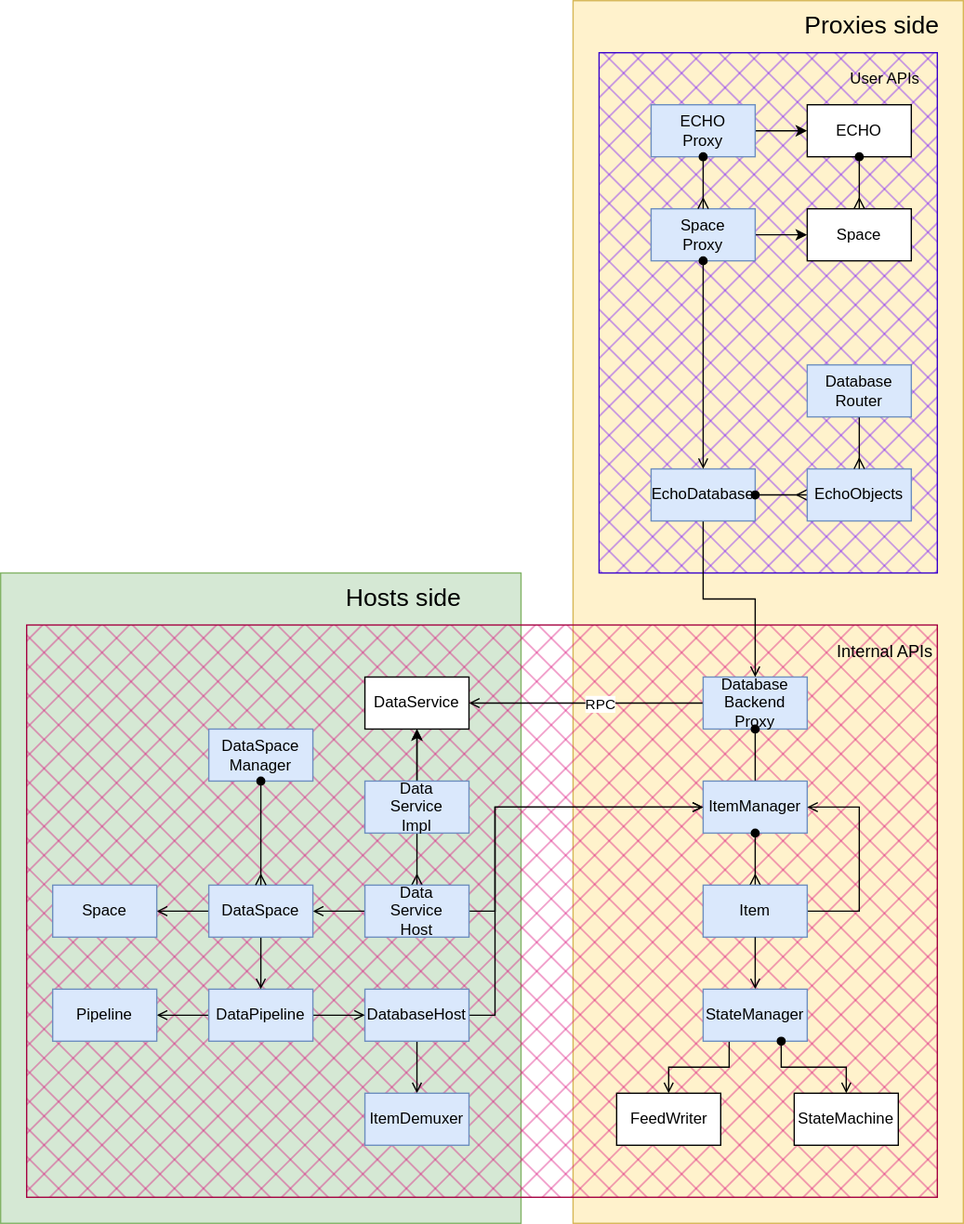
Before: docs/docs/design/diagrams/echo-architecture.drawio.svg, a diagram exported from draw.io (dxos/dxos). Source tidied: cells renumbered, new cells last; positions are measured from the earlier drawing's top-left corner, leaving out a move shared by most shapes.
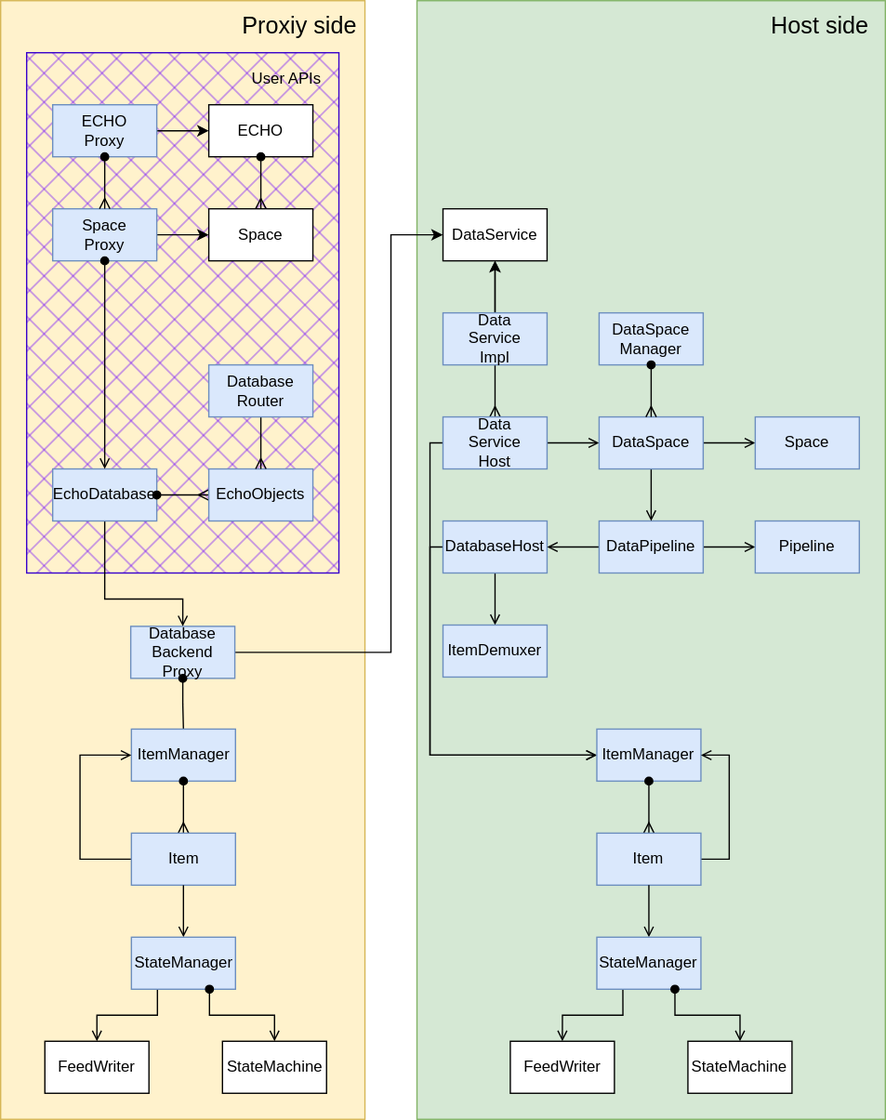
The same diagram one commit later.

Commit message:
docs: Refactor ECHO architecture diagram (#3187)

Diff of the diagram source:
```diff
@@ -3,69 +3,71 @@
     <mxCell id="0" />
     <mxCell id="1" parent="0" />
     <mxCell id="2" style="whiteSpace=wrap;html=1;fillColor=#fff2cc;strokeColor=#d6b656;fillStyle=solid;glass=0;shadow=0;rounded=0;" parent="1" vertex="1">
-      <mxGeometry x="440" width="300" height="940" as="geometry" />
+      <mxGeometry x="460" width="280" height="860" as="geometry" />
     </mxCell>
     <mxCell id="3" style="whiteSpace=wrap;html=1;fillColor=#6a00ff;strokeColor=#3700CC;fillStyle=cross-hatch;glass=0;shadow=0;rounded=0;fontColor=#ffffff;" parent="1" vertex="1">
-      <mxGeometry x="460" y="40" width="260" height="400" as="geometry" />
+      <mxGeometry x="480" y="40" width="240" height="400" as="geometry" />
     </mxCell>
     <mxCell id="4" style="whiteSpace=wrap;html=1;fillColor=#d5e8d4;strokeColor=#82b366;fillStyle=solid;glass=0;shadow=0;rounded=0;" parent="1" vertex="1">
-      <mxGeometry y="440" width="400" height="500" as="geometry" />
+      <mxGeometry x="780" width="360" height="860" as="geometry" />
     </mxCell>
-    <mxCell id="5" style="whiteSpace=wrap;html=1;fillColor=#d80073;strokeColor=#A50040;fillStyle=cross-hatch;fontColor=#ffffff;" parent="1" vertex="1">
-      <mxGeometry x="20" y="480" width="700" height="440" as="geometry" />
-    </mxCell>
-    <mxCell id="6" style="edgeStyle=orthogonalEdgeStyle;rounded=0;html=1;exitX=0;exitY=0.5;exitDx=0;exitDy=0;entryX=1;entryY=0.5;entryDx=0;entryDy=0;startArrow=none;startFill=0;endArrow=open;endFill=0;" parent="1" edge="1" source="8" target="38">
-      <mxGeometry relative="1" as="geometry" />
+    <mxCell id="6" style="edgeStyle=orthogonalEdgeStyle;html=1;exitX=1;exitY=0.5;exitDx=0;exitDy=0;entryX=0;entryY=0.5;entryDx=0;entryDy=0;rounded=0;" parent="1" edge="1" source="8" target="38">
+      <mxGeometry relative="1" as="geometry">
+        <Array as="points">
+          <mxPoint x="760" y="501" />
+          <mxPoint x="760" y="180" />
+        </Array>
+      </mxGeometry>
     </mxCell>
-    <mxCell id="7" value="RPC" style="edgeLabel;html=1;align=center;verticalAlign=middle;" parent="6" vertex="1">
-      <mxGeometry x="-0.01" y="1" relative="1" as="geometry">
-        <mxPoint x="9" y="-1" as="offset" />
-      </mxGeometry>
-    </mxCell>
     <mxCell id="8" value="Database&lt;br&gt;Backend&lt;br&gt;Proxy" style="whiteSpace=wrap;html=1;fillColor=#dae8fc;strokeColor=#6c8ebf;" parent="1" vertex="1">
-      <mxGeometry x="540" y="520" width="80" height="40" as="geometry" />
+      <mxGeometry x="560" y="481" width="80" height="40" as="geometry" />
     </mxCell>
     <mxCell id="9" style="edgeStyle=orthogonalEdgeStyle;rounded=0;html=1;exitX=0.5;exitY=1;exitDx=0;exitDy=0;entryX=0.5;entryY=0;entryDx=0;entryDy=0;startArrow=oval;startFill=1;endArrow=none;endFill=0;" parent="1" edge="1" source="8" target="10">
       <mxGeometry relative="1" as="geometry" />
     </mxCell>
     <mxCell id="10" value="ItemManager" style="whiteSpace=wrap;html=1;fillColor=#dae8fc;strokeColor=#6c8ebf;" parent="1" vertex="1">
-      <mxGeometry x="540" y="600" width="80" height="40" as="geometry" />
+      <mxGeometry x="560.5" y="560" width="80" height="40" as="geometry" />
     </mxCell>
     <mxCell id="11" style="edgeStyle=orthogonalEdgeStyle;html=1;exitX=0.5;exitY=1;exitDx=0;exitDy=0;startArrow=oval;startFill=1;endArrow=ERmany;endFill=0;" parent="1" edge="1" source="10">
       <mxGeometry relative="1" as="geometry">
-        <mxPoint x="580" y="680" as="targetPoint" />
+        <mxPoint x="600.5" y="640" as="targetPoint" />
       </mxGeometry>
     </mxCell>
-    <mxCell id="12" style="edgeStyle=orthogonalEdgeStyle;html=1;exitX=1;exitY=0.5;exitDx=0;exitDy=0;entryX=1;entryY=0.5;entryDx=0;entryDy=0;startArrow=none;startFill=0;endArrow=open;endFill=0;rounded=0;" parent="1" edge="1" source="13" target="10">
+    <mxCell id="12" style="edgeStyle=orthogonalEdgeStyle;html=1;exitX=0;exitY=0.5;exitDx=0;exitDy=0;entryX=0;entryY=0.5;entryDx=0;entryDy=0;startArrow=none;startFill=0;endArrow=open;endFill=0;rounded=0;" parent="1" edge="1" source="13" target="10">
       <mxGeometry relative="1" as="geometry">
         <Array as="points">
-          <mxPoint x="660" y="700" />
-          <mxPoint x="660" y="620" />
+          <mxPoint x="521" y="660" />
+          <mxPoint x="521" y="580" />
         </Array>
       </mxGeometry>
     </mxCell>
     <mxCell id="13" value="Item" style="whiteSpace=wrap;html=1;fillColor=#dae8fc;strokeColor=#6c8ebf;" parent="1" vertex="1">
-      <mxGeometry x="540" y="680" width="80" height="40" as="geometry" />
+      <mxGeometry x="560.5" y="640" width="80" height="40" as="geometry" />
     </mxCell>
     <mxCell id="14" style="edgeStyle=orthogonalEdgeStyle;html=1;startArrow=none;startFill=0;endArrow=open;endFill=0;" parent="1" edge="1" source="13">
       <mxGeometry relative="1" as="geometry">
-        <mxPoint x="580" y="760" as="targetPoint" />
+        <mxPoint x="600.5" y="720" as="targetPoint" />
       </mxGeometry>
     </mxCell>
     <mxCell id="15" style="edgeStyle=orthogonalEdgeStyle;rounded=0;html=1;exitX=0.25;exitY=1;exitDx=0;exitDy=0;entryX=0.5;entryY=0;entryDx=0;entryDy=0;endArrow=open;endFill=0;" parent="1" edge="1" source="16" target="18">
       <mxGeometry relative="1" as="geometry" />
     </mxCell>
     <mxCell id="16" value="StateManager" style="whiteSpace=wrap;html=1;fillColor=#dae8fc;strokeColor=#6c8ebf;" parent="1" vertex="1">
-      <mxGeometry x="540" y="760" width="80" height="40" as="geometry" />
+      <mxGeometry x="560.5" y="720" width="80" height="40" as="geometry" />
     </mxCell>
     <mxCell id="17" value="StateMachine" style="whiteSpace=wrap;html=1;" parent="1" vertex="1">
-      <mxGeometry x="610" y="840" width="80" height="40" as="geometry" />
+      <mxGeometry x="630.5" y="800" width="80" height="40" as="geometry" />
     </mxCell>
     <mxCell id="18" value="FeedWriter" style="whiteSpace=wrap;html=1;" parent="1" vertex="1">
-      <mxGeometry x="473.5" y="840" width="80" height="40" as="geometry" />
+      <mxGeometry x="494" y="800" width="80" height="40" as="geometry" />
     </mxCell>
     <mxCell id="19" style="edgeStyle=orthogonalEdgeStyle;rounded=0;html=1;exitX=0.5;exitY=1;exitDx=0;exitDy=0;entryX=0.5;entryY=0;entryDx=0;entryDy=0;startArrow=none;startFill=0;endArrow=open;endFill=0;" parent="1" edge="1" source="20" target="8">
-      <mxGeometry relative="1" as="geometry" />
+      <mxGeometry relative="1" as="geometry">
+        <Array as="points">
+          <mxPoint x="540" y="460" />
+          <mxPoint x="600" y="460" />
+        </Array>
+      </mxGeometry>
     </mxCell>
     <mxCell id="20" value="EchoDatabase" style="whiteSpace=wrap;html=1;fillColor=#dae8fc;strokeColor=#6c8ebf;" parent="1" vertex="1">
       <mxGeometry x="500" y="360" width="80" height="40" as="geometry" />
@@ -121,28 +123,19 @@
     <mxCell id="34" style="edgeStyle=none;html=1;exitX=0.5;exitY=1;exitDx=0;exitDy=0;startArrow=oval;startFill=1;endArrow=open;endFill=0;" parent="1" edge="1" source="27" target="20">
       <mxGeometry relative="1" as="geometry" />
     </mxCell>
-    <mxCell id="35" style="edgeStyle=orthogonalEdgeStyle;html=1;exitX=1;exitY=0.5;exitDx=0;exitDy=0;entryX=0;entryY=0.5;entryDx=0;entryDy=0;startArrow=none;startFill=0;endArrow=open;endFill=0;rounded=0;" parent="1" edge="1" source="44" target="10">
+    <mxCell id="35" style="edgeStyle=orthogonalEdgeStyle;html=1;exitX=0;exitY=0.5;exitDx=0;exitDy=0;startArrow=none;startFill=0;endArrow=open;endFill=0;rounded=0;entryX=0;entryY=0.5;entryDx=0;entryDy=0;" parent="1" edge="1" source="44" target="63">
       <mxGeometry relative="1" as="geometry">
         <Array as="points">
-          <mxPoint x="380" y="700" />
-          <mxPoint x="380" y="620" />
+          <mxPoint x="790" y="340" />
+          <mxPoint x="790" y="580" />
         </Array>
       </mxGeometry>
     </mxCell>
-    <mxCell id="36" style="edgeStyle=orthogonalEdgeStyle;rounded=0;html=1;exitX=1;exitY=0.5;exitDx=0;exitDy=0;endArrow=open;endFill=0;" parent="1" edge="1" source="46">
-      <mxGeometry relative="1" as="geometry">
-        <mxPoint x="540" y="620" as="targetPoint" />
-        <Array as="points">
-          <mxPoint x="380" y="780" />
-          <mxPoint x="380" y="620" />
-        </Array>
-      </mxGeometry>
-    </mxCell>
     <mxCell id="37" style="edgeStyle=orthogonalEdgeStyle;rounded=0;html=1;exitX=0.75;exitY=1;exitDx=0;exitDy=0;endArrow=open;endFill=0;startArrow=oval;startFill=1;" parent="1" edge="1" source="16" target="17">
       <mxGeometry relative="1" as="geometry" />
     </mxCell>
     <mxCell id="38" value="DataService" style="whiteSpace=wrap;html=1;" parent="1" vertex="1">
-      <mxGeometry x="280" y="520" width="80" height="40" as="geometry" />
+      <mxGeometry x="800" y="160" width="80" height="40" as="geometry" />
     </mxCell>
     <mxCell id="39" style="edgeStyle=none;html=1;exitX=0.5;exitY=0;exitDx=0;exitDy=0;entryX=0.5;entryY=1;entryDx=0;entryDy=0;startArrow=none;startFill=0;endArrow=open;endFill=0;" parent="1" edge="1" source="42" target="38">
       <mxGeometry relative="1" as="geometry" />
@@ -154,68 +147,100 @@
       <mxGeometry relative="1" as="geometry" />
     </mxCell>
     <mxCell id="42" value="Data&lt;br&gt;Service&lt;br&gt;Impl" style="whiteSpace=wrap;html=1;fillColor=#dae8fc;strokeColor=#6c8ebf;" parent="1" vertex="1">
-      <mxGeometry x="280" y="600" width="80" height="40" as="geometry" />
+      <mxGeometry x="800" y="240" width="80" height="40" as="geometry" />
     </mxCell>
-    <mxCell id="43" style="edgeStyle=orthogonalEdgeStyle;rounded=0;html=1;exitX=0;exitY=0.5;exitDx=0;exitDy=0;entryX=1;entryY=0.5;entryDx=0;entryDy=0;startArrow=none;startFill=0;endArrow=open;endFill=0;" parent="1" edge="1" source="44" target="52">
+    <mxCell id="43" style="edgeStyle=orthogonalEdgeStyle;rounded=0;html=1;exitX=1;exitY=0.5;exitDx=0;exitDy=0;entryX=0;entryY=0.5;entryDx=0;entryDy=0;startArrow=none;startFill=0;endArrow=open;endFill=0;" parent="1" edge="1" source="44" target="52">
       <mxGeometry relative="1" as="geometry" />
     </mxCell>
     <mxCell id="44" value="Data&lt;br&gt;Service&lt;br&gt;Host" style="whiteSpace=wrap;html=1;fillColor=#dae8fc;strokeColor=#6c8ebf;" parent="1" vertex="1">
-      <mxGeometry x="280" y="680" width="80" height="40" as="geometry" />
+      <mxGeometry x="800" y="320" width="80" height="40" as="geometry" />
     </mxCell>
     <mxCell id="45" style="edgeStyle=orthogonalEdgeStyle;rounded=0;html=1;exitX=0.5;exitY=1;exitDx=0;exitDy=0;entryX=0.5;entryY=0;entryDx=0;entryDy=0;endArrow=open;endFill=0;" parent="1" edge="1" source="46" target="56">
       <mxGeometry relative="1" as="geometry" />
     </mxCell>
+    <mxCell id="61" style="edgeStyle=orthogonalEdgeStyle;rounded=0;html=1;exitX=0;exitY=0.5;exitDx=0;exitDy=0;entryX=0;entryY=0.5;entryDx=0;entryDy=0;endArrow=open;endFill=0;" parent="1" edge="1" source="46" target="63">
+      <mxGeometry relative="1" as="geometry" />
+    </mxCell>
     <mxCell id="46" value="DatabaseHost" style="whiteSpace=wrap;html=1;fillColor=#dae8fc;strokeColor=#6c8ebf;" parent="1" vertex="1">
-      <mxGeometry x="280" y="760" width="80" height="40" as="geometry" />
+      <mxGeometry x="800" y="400" width="80" height="40" as="geometry" />
     </mxCell>
+    <mxCell id="62" style="edgeStyle=orthogonalEdgeStyle;rounded=0;html=1;exitX=1;exitY=0.5;exitDx=0;exitDy=0;entryX=0;entryY=0.5;entryDx=0;entryDy=0;endArrow=open;endFill=0;" parent="1" edge="1" source="49" target="57">
+      <mxGeometry relative="1" as="geometry" />
+    </mxCell>
-    <mxCell id="47" style="edgeStyle=none;html=1;exitX=1;exitY=0.5;exitDx=0;exitDy=0;entryX=0;entryY=0.5;entryDx=0;entryDy=0;endArrow=open;endFill=0;" parent="1" edge="1" source="49" target="46">
+    <mxCell id="47" style="edgeStyle=orthogonalEdgeStyle;rounded=0;html=1;exitX=0;exitY=0.5;exitDx=0;exitDy=0;endArrow=open;endFill=0;" parent="1" edge="1" source="49" target="46">
       <mxGeometry relative="1" as="geometry" />
     </mxCell>
-    <mxCell id="48" style="edgeStyle=orthogonalEdgeStyle;rounded=0;html=1;exitX=0;exitY=0.5;exitDx=0;exitDy=0;endArrow=open;endFill=0;" parent="1" edge="1" source="49">
-      <mxGeometry relative="1" as="geometry">
-        <mxPoint x="120" y="780" as="targetPoint" />
-      </mxGeometry>
-    </mxCell>
     <mxCell id="49" value="DataPipeline" style="whiteSpace=wrap;html=1;fillColor=#dae8fc;strokeColor=#6c8ebf;" parent="1" vertex="1">
-      <mxGeometry x="160" y="760" width="80" height="40" as="geometry" />
+      <mxGeometry x="920" y="400" width="80" height="40" as="geometry" />
     </mxCell>
     <mxCell id="50" style="edgeStyle=none;html=1;exitX=0.5;exitY=1;exitDx=0;exitDy=0;entryX=0.5;entryY=0;entryDx=0;entryDy=0;endArrow=open;endFill=0;" parent="1" edge="1" source="52" target="49">
       <mxGeometry relative="1" as="geometry" />
     </mxCell>
-    <mxCell id="51" style="edgeStyle=orthogonalEdgeStyle;rounded=0;html=1;exitX=0;exitY=0.5;exitDx=0;exitDy=0;endArrow=open;endFill=0;" parent="1" edge="1" source="52" target="53">
+    <mxCell id="51" style="edgeStyle=orthogonalEdgeStyle;rounded=0;html=1;exitX=1;exitY=0.5;exitDx=0;exitDy=0;endArrow=open;endFill=0;" parent="1" edge="1" source="52" target="53">
       <mxGeometry relative="1" as="geometry" />
     </mxCell>
     <mxCell id="52" value="DataSpace" style="whiteSpace=wrap;html=1;fillColor=#dae8fc;strokeColor=#6c8ebf;" parent="1" vertex="1">
-      <mxGeometry x="160" y="680" width="80" height="40" as="geometry" />
+      <mxGeometry x="920" y="320" width="80" height="40" as="geometry" />
     </mxCell>
     <mxCell id="53" value="Space" style="whiteSpace=wrap;html=1;fillColor=#dae8fc;strokeColor=#6c8ebf;" parent="1" vertex="1">
-      <mxGeometry x="40" y="680" width="80" height="40" as="geometry" />
+      <mxGeometry x="1040" y="320" width="80" height="40" as="geometry" />
     </mxCell>
     <mxCell id="54" value="DataSpace&lt;br&gt;Manager" style="whiteSpace=wrap;html=1;fillColor=#dae8fc;strokeColor=#6c8ebf;" parent="1" vertex="1">
-      <mxGeometry x="160" y="560" width="80" height="40" as="geometry" />
+      <mxGeometry x="920" y="240" width="80" height="40" as="geometry" />
     </mxCell>
     <mxCell id="55" style="edgeStyle=orthogonalEdgeStyle;rounded=0;html=1;exitX=0.5;exitY=1;exitDx=0;exitDy=0;startArrow=oval;startFill=1;endArrow=ERmany;endFill=0;" parent="1" edge="1" source="54" target="52">
-      <mxGeometry relative="1" as="geometry">
-        <Array as="points">
-          <mxPoint x="200" y="620" />
-          <mxPoint x="200" y="620" />
-        </Array>
-      </mxGeometry>
+      <mxGeometry relative="1" as="geometry" />
     </mxCell>
     <mxCell id="56" value="ItemDemuxer" style="whiteSpace=wrap;html=1;fillColor=#dae8fc;strokeColor=#6c8ebf;" parent="1" vertex="1">
-      <mxGeometry x="280" y="840" width="80" height="40" as="geometry" />
+      <mxGeometry x="800" y="480" width="80" height="40" as="geometry" />
     </mxCell>
     <mxCell id="57" value="Pipeline" style="whiteSpace=wrap;html=1;fillColor=#dae8fc;strokeColor=#6c8ebf;" parent="1" vertex="1">
-      <mxGeometry x="40" y="760" width="80" height="40" as="geometry" />
+      <mxGeometry x="1040" y="400" width="80" height="40" as="geometry" />
     </mxCell>
-    <mxCell id="58" value="&lt;font style=&quot;font-size: 13px;&quot;&gt;Internal APIs&lt;/font&gt;" style="text;strokeColor=none;align=center;fillColor=none;html=1;verticalAlign=middle;whiteSpace=wrap;rounded=0;fontFamily=Helvetica;fontSize=12;fontColor=default;" parent="1" vertex="1">
-      <mxGeometry x="640" y="480" width="80" height="40" as="geometry" />
-    </mxCell>
-    <mxCell id="59" value="&lt;font style=&quot;font-size: 19px;&quot;&gt;Proxies side&lt;/font&gt;" style="text;strokeColor=none;align=center;fillColor=none;html=1;verticalAlign=middle;whiteSpace=wrap;rounded=0;fontFamily=Helvetica;fontSize=12;fontColor=default;" parent="1" vertex="1">
-      <mxGeometry x="600" width="140" height="40" as="geometry" />
+    <mxCell id="59" value="&lt;font style=&quot;font-size: 18px;&quot;&gt;Proxiy side&lt;/font&gt;" style="text;strokeColor=none;align=center;fillColor=none;html=1;verticalAlign=middle;whiteSpace=wrap;rounded=0;fontFamily=Helvetica;fontSize=12;fontColor=default;" parent="1" vertex="1">
+      <mxGeometry x="640" width="100" height="40" as="geometry" />
     </mxCell>
-    <mxCell id="60" value="&lt;font style=&quot;font-size: 19px;&quot;&gt;Hosts side&lt;/font&gt;" style="text;strokeColor=none;align=center;fillColor=none;html=1;verticalAlign=middle;whiteSpace=wrap;rounded=0;fontFamily=Helvetica;fontSize=12;fontColor=default;" parent="1" vertex="1">
-      <mxGeometry x="260" y="440" width="100" height="40" as="geometry" />
+    <mxCell id="60" value="&lt;font style=&quot;font-size: 18px;&quot;&gt;Host side&lt;/font&gt;" style="text;strokeColor=none;align=center;fillColor=none;html=1;verticalAlign=middle;whiteSpace=wrap;rounded=0;fontFamily=Helvetica;fontSize=12;fontColor=default;" parent="1" vertex="1">
+      <mxGeometry x="1040" width="100" height="40" as="geometry" />
     </mxCell>
+    <mxCell id="63" value="ItemManager" style="whiteSpace=wrap;html=1;fillColor=#dae8fc;strokeColor=#6c8ebf;" parent="1" vertex="1">
+      <mxGeometry x="918.2" y="560" width="80" height="40" as="geometry" />
+    </mxCell>
+    <mxCell id="64" style="edgeStyle=orthogonalEdgeStyle;html=1;exitX=0.5;exitY=1;exitDx=0;exitDy=0;startArrow=oval;startFill=1;endArrow=ERmany;endFill=0;" parent="1" edge="1" source="63">
+      <mxGeometry relative="1" as="geometry">
+        <mxPoint x="958.2" y="640" as="targetPoint" />
+      </mxGeometry>
+    </mxCell>
+    <mxCell id="65" style="edgeStyle=orthogonalEdgeStyle;rounded=0;html=1;exitX=1;exitY=0.5;exitDx=0;exitDy=0;entryX=1;entryY=0.5;entryDx=0;entryDy=0;endArrow=open;endFill=0;" parent="1" edge="1" source="66" target="63">
+      <mxGeometry relative="1" as="geometry">
+        <Array as="points">
+          <mxPoint x="1020" y="660" />
+          <mxPoint x="1020" y="580" />
+        </Array>
+      </mxGeometry>
+    </mxCell>
+    <mxCell id="66" value="Item" style="whiteSpace=wrap;html=1;fillColor=#dae8fc;strokeColor=#6c8ebf;" parent="1" vertex="1">
+      <mxGeometry x="918.2" y="640" width="80" height="40" as="geometry" />
+    </mxCell>
+    <mxCell id="67" style="edgeStyle=orthogonalEdgeStyle;html=1;startArrow=none;startFill=0;endArrow=open;endFill=0;" parent="1" edge="1" source="66">
+      <mxGeometry relative="1" as="geometry">
+        <mxPoint x="958.2" y="720" as="targetPoint" />
+      </mxGeometry>
+    </mxCell>
+    <mxCell id="68" style="edgeStyle=orthogonalEdgeStyle;rounded=0;html=1;exitX=0.25;exitY=1;exitDx=0;exitDy=0;entryX=0.5;entryY=0;entryDx=0;entryDy=0;endArrow=open;endFill=0;" parent="1" edge="1" source="69" target="71">
+      <mxGeometry relative="1" as="geometry" />
+    </mxCell>
+    <mxCell id="69" value="StateManager" style="whiteSpace=wrap;html=1;fillColor=#dae8fc;strokeColor=#6c8ebf;" parent="1" vertex="1">
+      <mxGeometry x="918.2" y="720" width="80" height="40" as="geometry" />
+    </mxCell>
+    <mxCell id="70" value="StateMachine" style="whiteSpace=wrap;html=1;" parent="1" vertex="1">
+      <mxGeometry x="988.2" y="800" width="80" height="40" as="geometry" />
+    </mxCell>
+    <mxCell id="71" value="FeedWriter" style="whiteSpace=wrap;html=1;" parent="1" vertex="1">
+      <mxGeometry x="851.8" y="800" width="80" height="40" as="geometry" />
+    </mxCell>
+    <mxCell id="72" style="edgeStyle=orthogonalEdgeStyle;rounded=0;html=1;exitX=0.75;exitY=1;exitDx=0;exitDy=0;endArrow=open;endFill=0;startArrow=oval;startFill=1;" parent="1" edge="1" source="69" target="70">
+      <mxGeometry relative="1" as="geometry" />
+    </mxCell>
   </root>
 </mxGraphModel>
```
